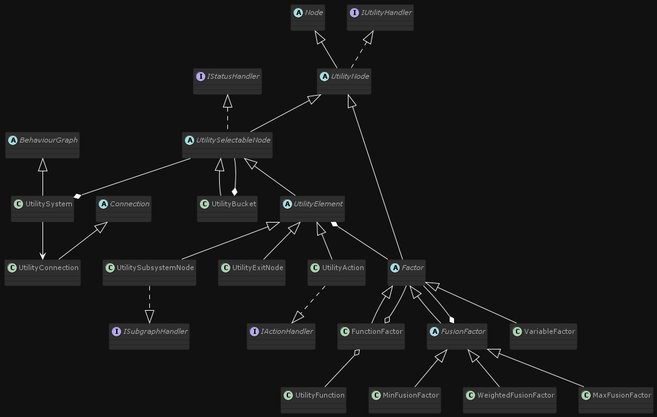
Earlier version of the PlantUML export out/Documentation/uml/utilitysystems/UtilitySystems.png (Alex-GameDev/behaviour-api). The source it was exported from:
```plantuml
@startuml UtilitySystems

!theme reddress-darkblue
skinparam backgroundColor #111111

abstract class BehaviourGraph
abstract class Node
abstract class Connection

Interface IStatusHandler
Interface IActionHandler
Interface ISubgraphHandler

Interface IUtilityHandler
abstract class UtilityNode
abstract class UtilitySelectableNode
abstract class UtilityElement
abstract class Factor
abstract class FusionFactor

Node <|-- UtilityNode
Connection <|-- UtilityConnection
 UtilitySystem --> UtilityConnection
BehaviourGraph <|-- UtilitySystem
IUtilityHandler <|.. UtilityNode
UtilityNode <|-- UtilitySelectableNode
IStatusHandler <|.. UtilitySelectableNode

UtilitySelectableNode <|-- UtilityBucket
UtilityBucket *-- UtilitySelectableNode

UtilitySelectableNode <|-- UtilityElement
UtilitySelectableNode --* UtilitySystem
UtilityElement *-- Factor

UtilityElement <|-- UtilityAction
UtilityAction ..|> IActionHandler
UtilityElement <|-- UtilitySubsystemNode
UtilitySubsystemNode ..|> ISubgraphHandler
UtilityElement <|-- UtilityExitNode
UtilityNode <|-- Factor

Factor <|-- VariableFactor
Factor <|-- FusionFactor
Factor <|-- FunctionFactor
FusionFactor <|-- MaxFusionFactor
FusionFactor <|-- MinFusionFactor
FusionFactor <|-- WeightedFusionFactor

FunctionFactor o-- UtilityFunction

Factor --* FusionFactor
Factor --o FunctionFactor




@enduml
```
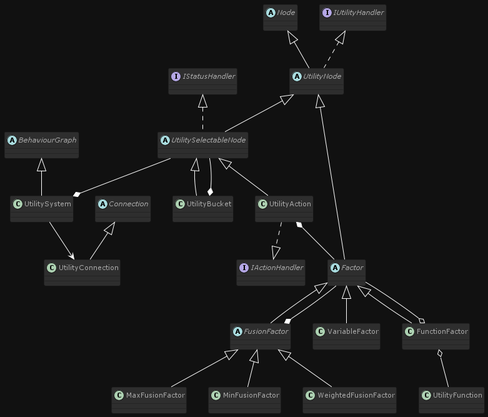
The same file after the commit.

Change to the diagram source:
```diff
@@ -9,12 +9,10 @@
 
 Interface IStatusHandler
 Interface IActionHandler
-Interface ISubgraphHandler
 
 Interface IUtilityHandler
 abstract class UtilityNode
 abstract class UtilitySelectableNode
-abstract class UtilityElement
 abstract class Factor
 abstract class FusionFactor
 
@@ -29,15 +27,11 @@
 UtilitySelectableNode <|-- UtilityBucket
 UtilityBucket *-- UtilitySelectableNode
 
-UtilitySelectableNode <|-- UtilityElement
+UtilitySelectableNode <|-- UtilityAction
 UtilitySelectableNode --* UtilitySystem
-UtilityElement *-- Factor
+UtilityAction *-- Factor
 
-UtilityElement <|-- UtilityAction
 UtilityAction ..|> IActionHandler
-UtilityElement <|-- UtilitySubsystemNode
-UtilitySubsystemNode ..|> ISubgraphHandler
-UtilityElement <|-- UtilityExitNode
 UtilityNode <|-- Factor
 
 Factor <|-- VariableFactor
```
